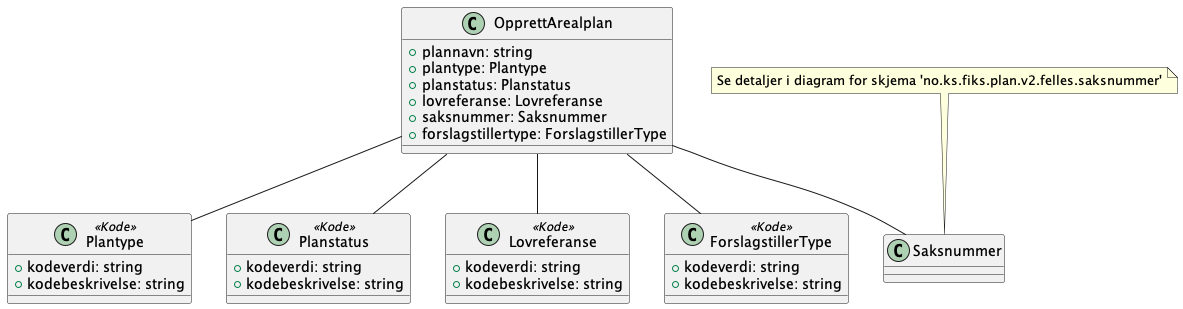
This is Dokumentasjon/V2/ClassDiagrams/no.ks.fiks.plan.v2.oppdatering.arealplan.opprett/arealplan-opprett.png from ks-no/fiks-plan-specification, a PlantUML export, as it was before one commit. The source it was exported from:
```plantuml
@startuml

class OpprettArealplan {
    +plannavn: string
    +plantype: Plantype
    +planstatus: Planstatus
    +lovreferanse: Lovreferanse
    +saksnummer: Saksnummer
    +forslagstillertype: ForslagstillerType
}

class Plantype <<Kode>> {
    +kodeverdi: string
    +kodebeskrivelse: string
}

class Planstatus <<Kode>> {
    +kodeverdi: string
    +kodebeskrivelse: string
}

class Lovreferanse <<Kode>> {
    +kodeverdi: string
    +kodebeskrivelse: string
}

class ForslagstillerType <<Kode>>{
    +kodeverdi: string
    +kodebeskrivelse: string
}

OpprettArealplan -- Plantype
OpprettArealplan -- Planstatus
OpprettArealplan -- Lovreferanse
OpprettArealplan -- ForslagstillerType
OpprettArealplan -- Saksnummer

note top of Saksnummer : Se detaljer i diagram for skjema 'no.ks.fiks.plan.v2.felles.saksnummer'

@enduml
```
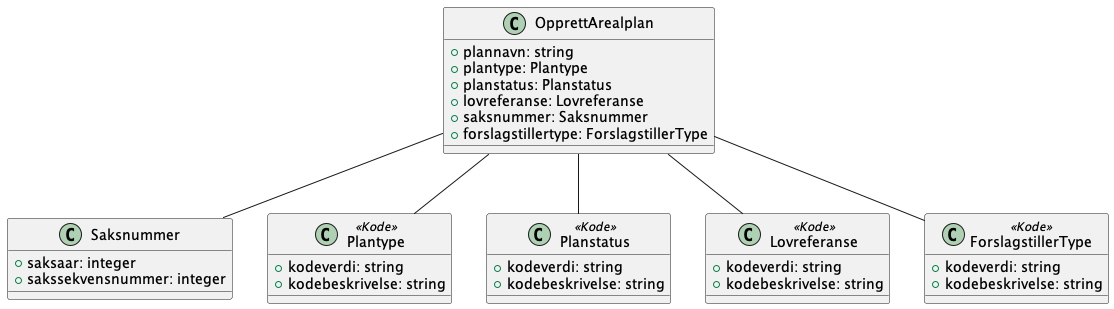
The same diagram one commit later.

What changed in the source:
```diff
@@ -1,4 +1,5 @@
 @startuml
+!include ./../no.ks.fiks.plan.v2.felles.saksnummer/saksnummer.pu
 
 class OpprettArealplan {
     +plannavn: string
@@ -35,6 +36,4 @@
 OpprettArealplan -- ForslagstillerType
 OpprettArealplan -- Saksnummer
 
-note top of Saksnummer : Se detaljer i diagram for skjema 'no.ks.fiks.plan.v2.felles.saksnummer'
-
 @enduml
```
